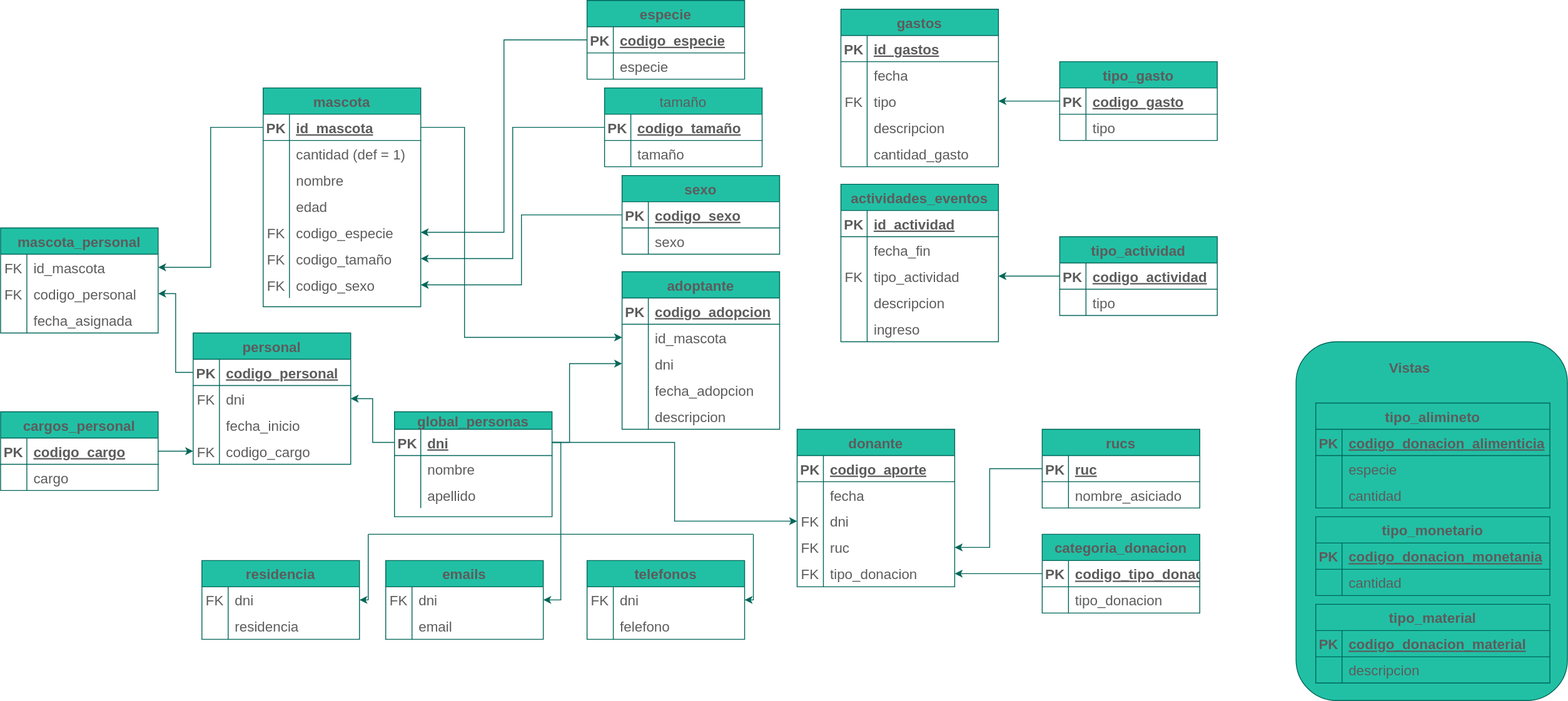
Above: diagramas/tablas/Untitled Diagram.drawio.svg in Leo-Spj/SQL-CoderHouse (draw.io), before the change. Source tidied: cells renumbered, new cells last; positions are measured from the earlier drawing's top-left corner, leaving out a move shared by most shapes.
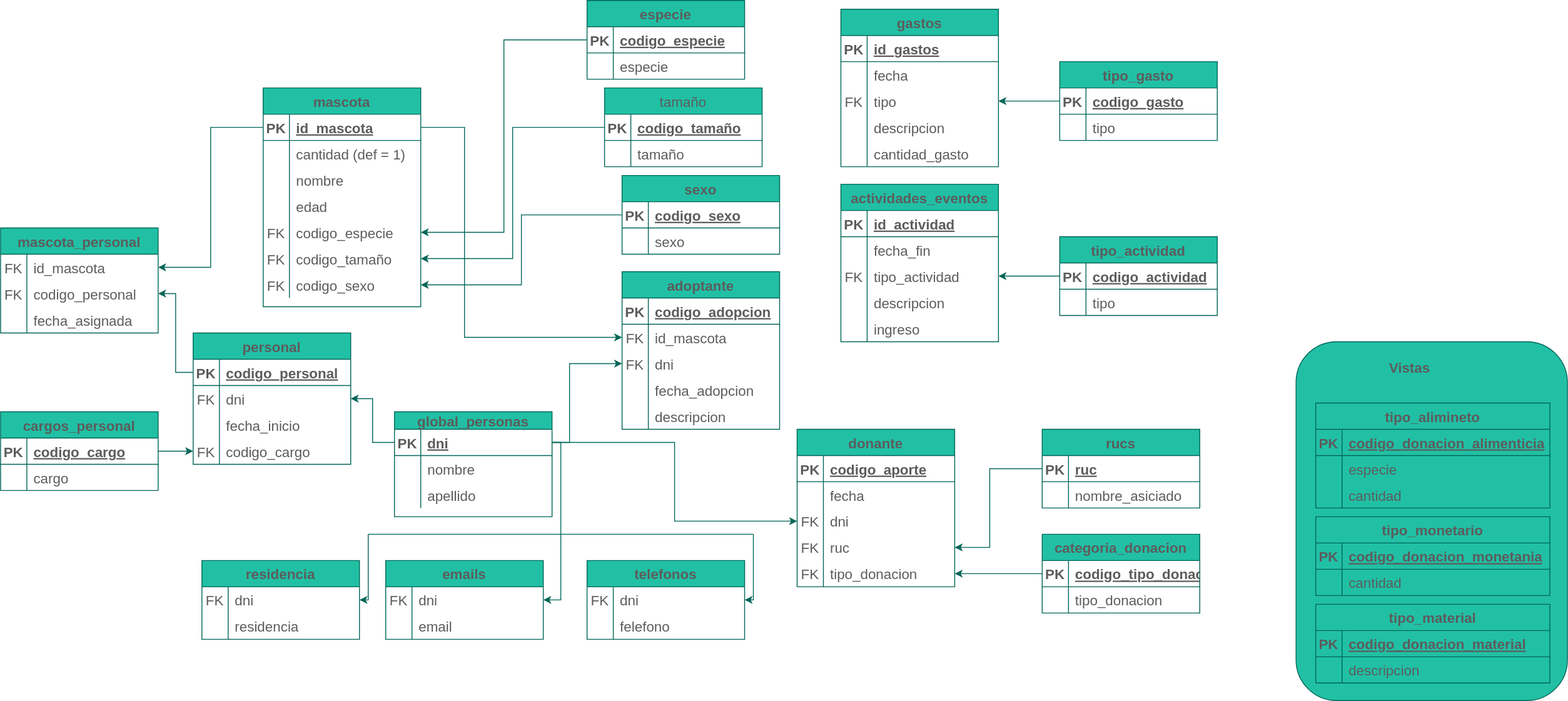
After the commit.

Change to the diagram source:
```diff
@@ -442,7 +442,7 @@
     <mxCell id="146" style="shape=tableRow;horizontal=0;startSize=0;swimlaneHead=0;swimlaneBody=0;fillColor=none;points=[[0,0.5],[1,0.5]];portConstraint=eastwest;top=0;left=0;right=0;bottom=0;fontSize=16;strokeColor=#006658;fontColor=#5C5C5C;" parent="142" vertex="1">
       <mxGeometry y="60" width="180" height="30" as="geometry" />
     </mxCell>
-    <mxCell id="147" style="shape=partialRectangle;fillColor=none;top=0;left=0;bottom=0;right=0;overflow=hidden;fontSize=16;strokeColor=#006658;fontColor=#5C5C5C;" parent="146" vertex="1">
+    <mxCell id="147" value="FK" style="shape=partialRectangle;fillColor=none;top=0;left=0;bottom=0;right=0;overflow=hidden;fontSize=16;strokeColor=#006658;fontColor=#5C5C5C;" parent="146" vertex="1">
       <mxGeometry width="30" height="30" as="geometry" />
     </mxCell>
     <mxCell id="148" value="id_mascota" style="shape=partialRectangle;fillColor=none;top=0;left=0;bottom=0;right=0;align=left;spacingLeft=6;overflow=hidden;fontSize=16;strokeColor=#006658;fontColor=#5C5C5C;" parent="146" vertex="1">
@@ -451,7 +451,7 @@
     <mxCell id="149" style="shape=tableRow;horizontal=0;startSize=0;swimlaneHead=0;swimlaneBody=0;fillColor=none;points=[[0,0.5],[1,0.5]];portConstraint=eastwest;top=0;left=0;right=0;bottom=0;fontSize=16;strokeColor=#006658;fontColor=#5C5C5C;" parent="142" vertex="1">
       <mxGeometry y="90" width="180" height="30" as="geometry" />
     </mxCell>
-    <mxCell id="150" style="shape=partialRectangle;fillColor=none;top=0;left=0;bottom=0;right=0;overflow=hidden;fontSize=16;strokeColor=#006658;fontColor=#5C5C5C;" parent="149" vertex="1">
+    <mxCell id="150" value="FK" style="shape=partialRectangle;fillColor=none;top=0;left=0;bottom=0;right=0;overflow=hidden;fontSize=16;strokeColor=#006658;fontColor=#5C5C5C;" parent="149" vertex="1">
       <mxGeometry width="30" height="30" as="geometry" />
     </mxCell>
     <mxCell id="151" value="dni" style="shape=partialRectangle;fillColor=none;top=0;left=0;bottom=0;right=0;align=left;spacingLeft=6;overflow=hidden;fontSize=16;strokeColor=#006658;fontColor=#5C5C5C;" parent="149" vertex="1">
```
